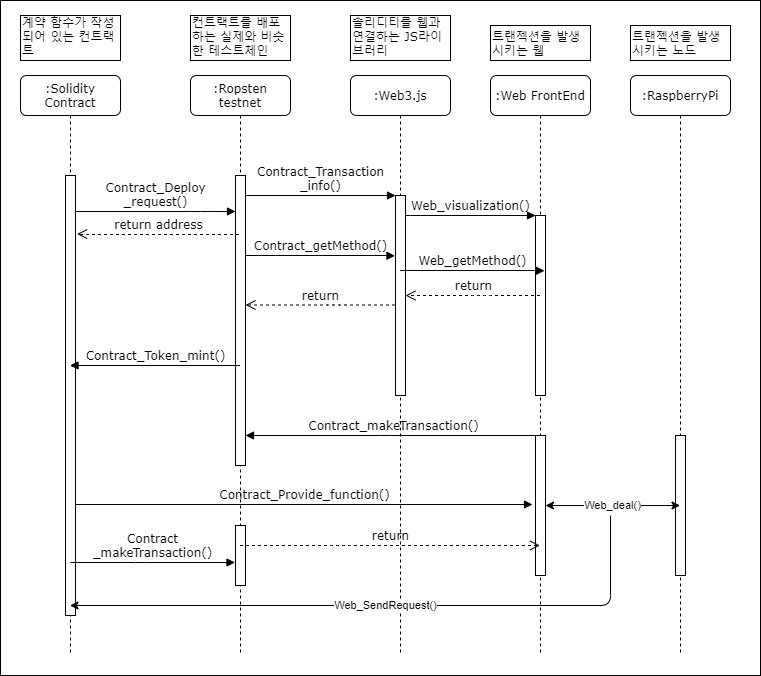
Earlier version of the draw.io export diagram/Sequence Diagram.png (jangjh0601/blockchain_mask). Source tidied: cells renumbered, new cells last; positions are measured from the earlier drawing's top-left corner, leaving out a move shared by most shapes.
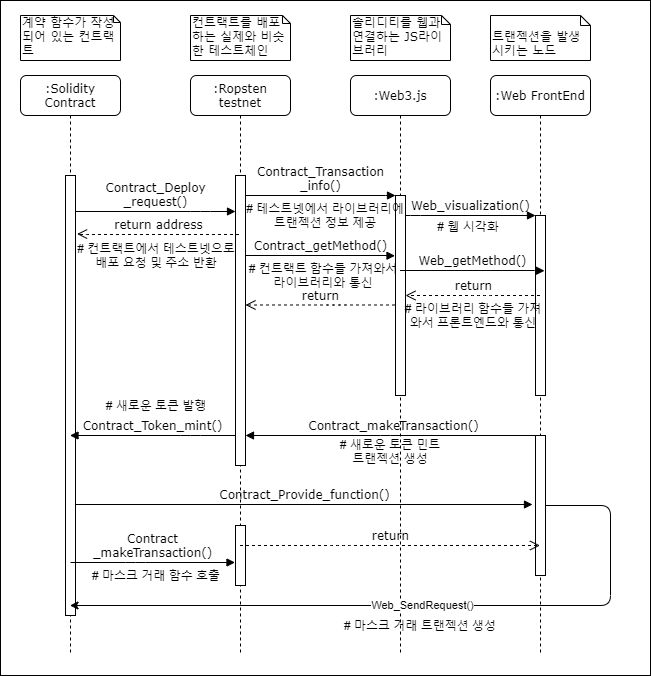
The same file after the commit.

What changed in the source:
```diff
@@ -3,7 +3,7 @@
     <mxCell id="0" />
     <mxCell id="1" parent="0" />
     <mxCell id="2" style="rounded=0;whiteSpace=wrap;html=1;align=left;" parent="1" vertex="1">
-      <mxGeometry width="760" height="675" as="geometry" />
+      <mxGeometry width="650" height="675" as="geometry" />
     </mxCell>
     <mxCell id="3" value=":Ropsten testnet" style="shape=umlLifeline;perimeter=lifelinePerimeter;whiteSpace=wrap;html=1;outlineConnect=0;rounded=1;shadow=0;comic=0;labelBackgroundColor=none;strokeWidth=1;fontFamily=Verdana;fontSize=12;align=center;" parent="1" vertex="1">
       <mxGeometry x="190" y="75" width="100" height="580" as="geometry" />
@@ -64,21 +64,22 @@
     <mxCell id="16" value="Contract_Transaction&lt;br&gt;_info()" style="html=1;verticalAlign=bottom;endArrow=block;entryX=0;entryY=0;labelBackgroundColor=none;fontFamily=Verdana;fontSize=12;edgeStyle=elbowEdgeStyle;elbow=vertical;" parent="1" edge="1" source="4" target="7">
       <mxGeometry relative="1" as="geometry" />
     </mxCell>
-    <mxCell id="17" value="계약 함수가 작성되어 있는 컨트랙트" style="shape=note;whiteSpace=wrap;html=1;size=0;verticalAlign=bottom;align=left;spacingTop=-6;rounded=0;shadow=0;comic=0;labelBackgroundColor=none;strokeWidth=1;fontFamily=Verdana;fontSize=12;" parent="1" vertex="1">
+    <mxCell id="17" value="계약 함수가 작성되어 있는 컨트랙트" style="shape=note;whiteSpace=wrap;html=1;size=7;verticalAlign=bottom;align=left;spacingTop=-6;rounded=0;shadow=0;comic=0;labelBackgroundColor=none;strokeWidth=1;fontFamily=Verdana;fontSize=12;" parent="1" vertex="1">
       <mxGeometry x="20" y="15" width="100" height="45" as="geometry" />
     </mxCell>
-    <mxCell id="18" value="컨트랙트를 배포하는 실제와 비슷한 테스트체인" style="shape=note;whiteSpace=wrap;html=1;size=0;verticalAlign=bottom;align=left;spacingTop=-6;rounded=0;shadow=0;comic=0;labelBackgroundColor=none;strokeWidth=1;fontFamily=Verdana;fontSize=12;" parent="1" vertex="1">
+    <mxCell id="18" value="컨트랙트를 배포하는 실제와 비슷한 테스트체인" style="shape=note;whiteSpace=wrap;html=1;size=8;verticalAlign=bottom;align=left;spacingTop=-6;rounded=0;shadow=0;comic=0;labelBackgroundColor=none;strokeWidth=1;fontFamily=Verdana;fontSize=12;" parent="1" vertex="1">
       <mxGeometry x="190" y="15" width="100" height="45" as="geometry" />
     </mxCell>
-    <mxCell id="19" value="솔리디티를 웹과 연결하는 JS라이브러리" style="shape=note;whiteSpace=wrap;html=1;size=0;verticalAlign=bottom;align=left;spacingTop=-6;rounded=0;shadow=0;comic=0;labelBackgroundColor=none;strokeWidth=1;fontFamily=Verdana;fontSize=12;" parent="1" vertex="1">
+    <mxCell id="19" value="솔리디티를 웹과 연결하는 JS라이브러리" style="shape=note;whiteSpace=wrap;html=1;size=9;verticalAlign=bottom;align=left;spacingTop=-6;rounded=0;shadow=0;comic=0;labelBackgroundColor=none;strokeWidth=1;fontFamily=Verdana;fontSize=12;" parent="1" vertex="1">
       <mxGeometry x="350" y="15" width="100" height="45" as="geometry" />
     </mxCell>
-    <mxCell id="20" value="트랜젝션을 발생시키는 웹" style="shape=note;whiteSpace=wrap;html=1;size=0;verticalAlign=bottom;align=left;spacingTop=-6;rounded=0;shadow=0;comic=0;labelBackgroundColor=none;strokeWidth=1;fontFamily=Verdana;fontSize=12;" parent="1" vertex="1">
-      <mxGeometry x="490" y="25" width="100" height="35" as="geometry" />
+    <mxCell id="20" value="트랜젝션을 발생시키는 노드" style="shape=note;whiteSpace=wrap;html=1;size=10;verticalAlign=bottom;align=left;spacingTop=-6;rounded=0;shadow=0;comic=0;labelBackgroundColor=none;strokeWidth=1;fontFamily=Verdana;fontSize=12;" parent="1" vertex="1">
+      <mxGeometry x="490" y="15" width="100" height="45" as="geometry" />
     </mxCell>
-    <mxCell id="21" value="Contract_Token_mint()" style="html=1;verticalAlign=bottom;endArrow=block;labelBackgroundColor=none;fontFamily=Verdana;fontSize=12;edgeStyle=elbowEdgeStyle;elbow=vertical;" parent="1" edge="1" source="3" target="9">
+    <mxCell id="21" value="Contract_Token_mint()" style="html=1;verticalAlign=bottom;endArrow=block;labelBackgroundColor=none;fontFamily=Verdana;fontSize=12;edgeStyle=elbowEdgeStyle;elbow=vertical;" parent="1" edge="1" source="4" target="9">
       <mxGeometry relative="1" as="geometry">
         <Array as="points">
+          <mxPoint x="190" y="435" />
           <mxPoint x="110" y="205" />
           <mxPoint x="250" y="195" />
           <mxPoint x="155" y="225" />
@@ -105,22 +106,10 @@
         </Array>
       </mxGeometry>
     </mxCell>
-    <mxCell id="24" value=":RaspberryPi" style="shape=umlLifeline;perimeter=lifelinePerimeter;whiteSpace=wrap;html=1;outlineConnect=0;rounded=1;shadow=0;comic=0;labelBackgroundColor=none;strokeWidth=1;fontFamily=Verdana;fontSize=12;align=center;" parent="1" vertex="1">
-      <mxGeometry x="630" y="75" width="100" height="580" as="geometry" />
-    </mxCell>
-    <mxCell id="25" style="html=1;perimeter=orthogonalPerimeter;rounded=0;shadow=0;comic=0;labelBackgroundColor=none;strokeWidth=1;fontFamily=Verdana;fontSize=12;align=center;" parent="1" vertex="1">
-      <mxGeometry x="675" y="435" width="10" height="140" as="geometry" />
-    </mxCell>
-    <mxCell id="26" value="트랜젝션을 발생시키는 노드" style="shape=note;whiteSpace=wrap;html=1;size=0;verticalAlign=bottom;align=left;spacingTop=-6;rounded=0;shadow=0;comic=0;labelBackgroundColor=none;strokeWidth=1;fontFamily=Verdana;fontSize=12;" parent="1" vertex="1">
-      <mxGeometry x="630" y="25" width="100" height="35" as="geometry" />
-    </mxCell>
-    <mxCell id="27" value="Web_deal()" style="endArrow=classic;startArrow=classic;html=1;" parent="1" edge="1" source="13" target="24">
-      <mxGeometry relative="1" as="geometry" />
-    </mxCell>
-    <mxCell id="28" value="Web_SendRequest()" style="endArrow=classic;html=1;" parent="1" edge="1" target="9">
+    <mxCell id="28" value="Web_SendRequest()" style="endArrow=classic;html=1;" parent="1" edge="1" source="13" target="9">
       <mxGeometry relative="1" as="geometry">
-        <mxPoint x="610" y="515" as="sourcePoint" />
         <Array as="points">
+          <mxPoint x="610" y="505" />
           <mxPoint x="610" y="605" />
         </Array>
       </mxGeometry>
@@ -185,5 +174,32 @@
         </Array>
       </mxGeometry>
     </mxCell>
+    <mxCell id="35" value="# 컨트랙트에서 테스트넷으로 배포 요청 및 주소 반환" style="text;html=1;strokeColor=none;fillColor=none;align=center;verticalAlign=middle;whiteSpace=wrap;rounded=0;" parent="1" vertex="1">
+      <mxGeometry x="76" y="245" width="160" height="20" as="geometry" />
+    </mxCell>
+    <mxCell id="36" value="# 테스트넷에서 라이브러리에 트랜젝션 정보 제공" style="text;html=1;strokeColor=none;fillColor=none;align=center;verticalAlign=middle;whiteSpace=wrap;rounded=0;" parent="1" vertex="1">
+      <mxGeometry x="245" y="205" width="160" height="20" as="geometry" />
+    </mxCell>
+    <mxCell id="37" value="# 컨트랙트 함수들 가져와서 라이브러리와 통신" style="text;html=1;strokeColor=none;fillColor=none;align=center;verticalAlign=middle;whiteSpace=wrap;rounded=0;" parent="1" vertex="1">
+      <mxGeometry x="243" y="265" width="160" height="20" as="geometry" />
+    </mxCell>
+    <mxCell id="38" value="# 웹 시각화" style="text;html=1;strokeColor=none;fillColor=none;align=center;verticalAlign=middle;whiteSpace=wrap;rounded=0;" parent="1" vertex="1">
+      <mxGeometry x="398" y="216" width="140" height="20" as="geometry" />
+    </mxCell>
+    <mxCell id="39" value="# 라이브러리 함수들 가져와서 프론트엔드와 통신" style="text;html=1;strokeColor=none;fillColor=none;align=center;verticalAlign=middle;whiteSpace=wrap;rounded=0;" parent="1" vertex="1">
+      <mxGeometry x="403" y="305" width="140" height="20" as="geometry" />
+    </mxCell>
+    <mxCell id="40" value="# 새로운 토큰 발행" style="text;html=1;strokeColor=none;fillColor=none;align=center;verticalAlign=middle;whiteSpace=wrap;rounded=0;" parent="1" vertex="1">
+      <mxGeometry x="76" y="395" width="160" height="20" as="geometry" />
+    </mxCell>
+    <mxCell id="41" value="# 새로운 토큰 민트&lt;br&gt;트랜젝션 생성" style="text;html=1;strokeColor=none;fillColor=none;align=center;verticalAlign=middle;whiteSpace=wrap;rounded=0;" parent="1" vertex="1">
+      <mxGeometry x="310" y="441" width="160" height="20" as="geometry" />
+    </mxCell>
+    <mxCell id="42" value="# 마스크 거래 트랜젝션 생성" style="text;html=1;strokeColor=none;fillColor=none;align=center;verticalAlign=middle;whiteSpace=wrap;rounded=0;" parent="1" vertex="1">
+      <mxGeometry x="340" y="615" width="160" height="20" as="geometry" />
+    </mxCell>
+    <mxCell id="43" value="# 마스크 거래 함수 호출" style="text;html=1;strokeColor=none;fillColor=none;align=center;verticalAlign=middle;whiteSpace=wrap;rounded=0;" parent="1" vertex="1">
+      <mxGeometry x="76" y="565" width="160" height="20" as="geometry" />
+    </mxCell>
   </root>
 </mxGraphModel>
```
